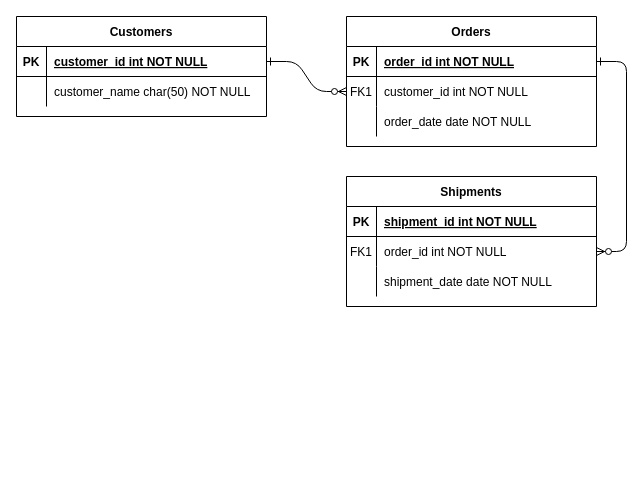
Earlier version of the draw.io diagram myBookMarkForTabelogDB.drawio (xianglishan/test-repository). Source tidied: cells renumbered, new cells numbered last; positions are measured from the earlier drawing's top-left corner, leaving out a move shared by most shapes. Both pictures are drawn from the tidied source at 100%, with x=0, y=0 at pixel (16, 16).
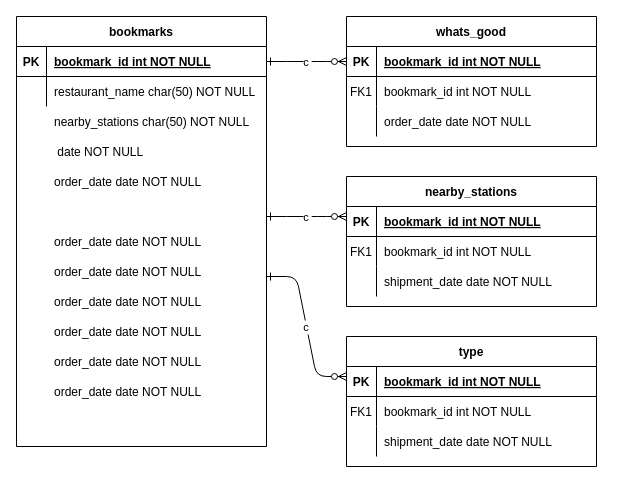
The same page after the edit.

The change refers to these unchanged cells:
```xml
<mxCell id="5" style="shape=partialRectangle;fillColor=none;points=[[0,0.5],[1,0.5]];portConstraint=eastwest;top=0;left=0;right=0;bottom=1;" parent="4" vertex="1">
  <mxGeometry y="30" width="250" height="30" as="geometry" />
</mxCell>
<mxCell id="8" style="shape=partialRectangle;fillColor=none;points=[[0,0.5],[1,0.5]];portConstraint=eastwest;top=0;left=0;right=0;bottom=0;" parent="4" vertex="1">
  <mxGeometry y="60" width="250" height="30" as="geometry" />
</mxCell>
<mxCell id="15" style="shape=partialRectangle;fillColor=none;top=0;left=0;right=0;bottom=1;" parent="14" vertex="1">
  <mxGeometry y="30" width="250" height="30" as="geometry" />
</mxCell>
<mxCell id="18" style="shape=partialRectangle;fillColor=none;points=[[0,0.5],[1,0.5]];portConstraint=eastwest;top=0;left=0;right=0;bottom=0;" parent="14" vertex="1">
  <mxGeometry y="60" width="250" height="30" as="geometry" />
</mxCell>
<mxCell id="25" style="shape=partialRectangle;fillColor=none;points=[[0,0.5],[1,0.5]];portConstraint=eastwest;top=0;left=0;right=0;bottom=1;" parent="24" vertex="1">
  <mxGeometry y="30" width="250" height="30" as="geometry" />
</mxCell>
<mxCell id="28" style="shape=partialRectangle;fillColor=none;top=0;left=0;right=0;bottom=0;" parent="24" vertex="1">
  <mxGeometry y="60" width="250" height="30" as="geometry" />
</mxCell>
```

The edit, as a diff of the source:
```diff
@@
-    <mxCell id="2" style="edgeStyle=entityRelationEdgeStyle;endArrow=ERzeroToMany;startArrow=ERone;endFill=1;startFill=0;" parent="1" edge="1" source="25" target="8">
+    <mxCell id="2" value="c" style="edgeStyle=entityRelationEdgeStyle;endArrow=ERzeroToMany;startArrow=ERone;endFill=1;startFill=0;entryX=0;entryY=0.5;entryDx=0;entryDy=0;" parent="1" edge="1" source="25" target="5">
       <mxGeometry relative="1" as="geometry" />
     </mxCell>
-    <mxCell id="3" style="edgeStyle=entityRelationEdgeStyle;endArrow=ERzeroToMany;startArrow=ERone;endFill=1;startFill=0;" parent="1" edge="1" source="5" target="18">
-      <mxGeometry relative="1" as="geometry" />
-    </mxCell>
-    <mxCell id="4" value="Orders" style="shape=table;startSize=30;childLayout=tableLayout;rowLines=0;fontStyle=1;align=center;" parent="1" vertex="1">
+    <mxCell id="4" value="whats_good" style="shape=table;startSize=30;childLayout=tableLayout;rowLines=0;fontStyle=1;align=center;" parent="1" vertex="1">
       <mxGeometry x="330" width="250" height="130" as="geometry" />
     </mxCell>
@@
-    <mxCell id="7" value="order_id int NOT NULL " style="shape=partialRectangle;overflow=hidden;fillColor=none;top=0;left=0;bottom=0;right=0;align=left;spacingLeft=6;fontStyle=5;" parent="5" vertex="1">
+    <mxCell id="7" value="bookmark_id int NOT NULL" style="shape=partialRectangle;overflow=hidden;fillColor=none;top=0;left=0;bottom=0;right=0;align=left;spacingLeft=6;fontStyle=5;" parent="5" vertex="1">
       <mxGeometry x="30" width="220" height="30" as="geometry" />
     </mxCell>
@@
-    <mxCell id="10" value="customer_id int NOT NULL" style="shape=partialRectangle;overflow=hidden;fillColor=none;top=0;left=0;bottom=0;right=0;align=left;spacingLeft=6;" parent="8" vertex="1">
+    <mxCell id="10" value="bookmark_id int NOT NULL" style="shape=partialRectangle;overflow=hidden;fillColor=none;top=0;left=0;bottom=0;right=0;align=left;spacingLeft=6;" parent="8" vertex="1">
       <mxGeometry x="30" width="220" height="30" as="geometry" />
     </mxCell>
@@
-    <mxCell id="14" value="Shipments" style="shape=table;startSize=30;childLayout=tableLayout;rowLines=0;fontStyle=1;align=center;" parent="1" vertex="1">
+    <mxCell id="14" value="nearby_stations" style="shape=table;startSize=30;childLayout=tableLayout;rowLines=0;fontStyle=1;align=center;" parent="1" vertex="1">
       <mxGeometry x="330" y="160" width="250" height="130" as="geometry" />
     </mxCell>
@@
-    <mxCell id="17" value="shipment_id int NOT NULL " style="shape=partialRectangle;overflow=hidden;fillColor=none;top=0;left=0;bottom=0;right=0;align=left;spacingLeft=6;fontStyle=5;" parent="15" vertex="1">
+    <mxCell id="17" value="bookmark_id int NOT NULL" style="shape=partialRectangle;overflow=hidden;fillColor=none;top=0;left=0;bottom=0;right=0;align=left;spacingLeft=6;fontStyle=5;" parent="15" vertex="1">
       <mxGeometry x="30" width="220" height="30" as="geometry" />
     </mxCell>
@@
-    <mxCell id="20" value="order_id int NOT NULL" style="shape=partialRectangle;overflow=hidden;fillColor=none;top=0;left=0;bottom=0;right=0;align=left;spacingLeft=6;" parent="18" vertex="1">
+    <mxCell id="20" value="bookmark_id int NOT NULL" style="shape=partialRectangle;overflow=hidden;fillColor=none;top=0;left=0;bottom=0;right=0;align=left;spacingLeft=6;" parent="18" vertex="1">
       <mxGeometry x="30" width="220" height="30" as="geometry" />
     </mxCell>
@@
-    <mxCell id="24" value="Customers" style="shape=table;startSize=30;childLayout=tableLayout;rowLines=0;fontStyle=1;align=center;" parent="1" vertex="1">
-      <mxGeometry width="250" height="100" as="geometry" />
+    <mxCell id="24" value="bookmarks" style="shape=table;startSize=30;childLayout=tableLayout;rowLines=0;fontStyle=1;align=center;" parent="1" vertex="1">
+      <mxGeometry width="250" height="430" as="geometry" />
     </mxCell>
@@
-    <mxCell id="27" value="customer_id int NOT NULL " style="shape=partialRectangle;overflow=hidden;fillColor=none;top=0;left=0;bottom=0;right=0;align=left;spacingLeft=6;fontStyle=5;" parent="25" vertex="1">
+    <mxCell id="27" value="bookmark_id int NOT NULL " style="shape=partialRectangle;overflow=hidden;fillColor=none;top=0;left=0;bottom=0;right=0;align=left;spacingLeft=6;fontStyle=5;" parent="25" vertex="1">
       <mxGeometry x="30" width="220" height="30" as="geometry" />
     </mxCell>
@@
-    <mxCell id="30" value="customer_name char(50) NOT NULL" style="shape=partialRectangle;overflow=hidden;fillColor=none;top=0;left=0;bottom=0;right=0;align=left;spacingLeft=6;" parent="28" vertex="1">
+    <mxCell id="30" value="restaurant_name char(50) NOT NULL" style="shape=partialRectangle;overflow=hidden;fillColor=none;top=0;left=0;bottom=0;right=0;align=left;spacingLeft=6;" parent="28" vertex="1">
       <mxGeometry x="30" width="220" height="30" as="geometry" />
     </mxCell>
+    <mxCell id="31" value="nearby_stations char(50) NOT NULL" style="shape=partialRectangle;overflow=hidden;fillColor=none;top=0;left=0;bottom=0;right=0;align=left;spacingLeft=6;" parent="1" vertex="1">
+      <mxGeometry x="30" y="90" width="220" height="30" as="geometry" />
+    </mxCell>
+    <mxCell id="32" value="c" style="edgeStyle=entityRelationEdgeStyle;endArrow=ERzeroToMany;startArrow=ERone;endFill=1;startFill=0;" parent="1" edge="1">
+      <mxGeometry relative="1" as="geometry">
+        <mxPoint x="250" y="200" as="sourcePoint" />
+        <mxPoint x="330" y="200" as="targetPoint" />
+      </mxGeometry>
+    </mxCell>
+    <mxCell id="33" value="type" style="shape=table;startSize=30;childLayout=tableLayout;rowLines=0;fontStyle=1;align=center;" parent="1" vertex="1">
+      <mxGeometry x="330" y="320" width="250" height="130" as="geometry" />
+    </mxCell>
+    <mxCell id="34" style="shape=partialRectangle;fillColor=none;top=0;left=0;right=0;bottom=1;" parent="33" vertex="1">
+      <mxGeometry y="30" width="250" height="30" as="geometry" />
+    </mxCell>
+    <mxCell id="35" value="PK" style="shape=partialRectangle;overflow=hidden;fillColor=none;top=0;left=0;bottom=0;right=0;fontStyle=1;" parent="34" vertex="1">
+      <mxGeometry width="30" height="30" as="geometry" />
+    </mxCell>
+    <mxCell id="36" value="bookmark_id int NOT NULL" style="shape=partialRectangle;overflow=hidden;fillColor=none;top=0;left=0;bottom=0;right=0;align=left;spacingLeft=6;fontStyle=5;" parent="34" vertex="1">
+      <mxGeometry x="30" width="220" height="30" as="geometry" />
+    </mxCell>
+    <mxCell id="37" style="shape=partialRectangle;fillColor=none;top=0;left=0;right=0;bottom=0;" parent="33" vertex="1">
+      <mxGeometry y="60" width="250" height="30" as="geometry" />
+    </mxCell>
+    <mxCell id="38" value="FK1" style="shape=partialRectangle;overflow=hidden;fillColor=none;top=0;left=0;bottom=0;right=0;" parent="37" vertex="1">
+      <mxGeometry width="30" height="30" as="geometry" />
+    </mxCell>
+    <mxCell id="39" value="bookmark_id int NOT NULL" style="shape=partialRectangle;overflow=hidden;fillColor=none;top=0;left=0;bottom=0;right=0;align=left;spacingLeft=6;" parent="37" vertex="1">
+      <mxGeometry x="30" width="220" height="30" as="geometry" />
+    </mxCell>
+    <mxCell id="40" style="shape=partialRectangle;fillColor=none;top=0;left=0;right=0;bottom=0;" parent="33" vertex="1">
+      <mxGeometry y="90" width="250" height="30" as="geometry" />
+    </mxCell>
+    <mxCell id="41" style="shape=partialRectangle;overflow=hidden;fillColor=none;top=0;left=0;bottom=0;right=0;" parent="40" vertex="1">
+      <mxGeometry width="30" height="30" as="geometry" />
+    </mxCell>
+    <mxCell id="42" value="shipment_date date NOT NULL" style="shape=partialRectangle;overflow=hidden;fillColor=none;top=0;left=0;bottom=0;right=0;align=left;spacingLeft=6;" parent="40" vertex="1">
+      <mxGeometry x="30" width="220" height="30" as="geometry" />
+    </mxCell>
+    <mxCell id="43" value="c" style="edgeStyle=entityRelationEdgeStyle;endArrow=ERzeroToMany;startArrow=ERone;endFill=1;startFill=0;" parent="1" edge="1">
+      <mxGeometry relative="1" as="geometry">
+        <mxPoint x="250" y="260" as="sourcePoint" />
+        <mxPoint x="330" y="360" as="targetPoint" />
+      </mxGeometry>
+    </mxCell>
+    <mxCell id="44" value="order_date date NOT NULL" style="shape=partialRectangle;overflow=hidden;fillColor=none;top=0;left=0;bottom=0;right=0;align=left;spacingLeft=6;" parent="1" vertex="1">
+      <mxGeometry x="30" y="150" width="220" height="30" as="geometry" />
+    </mxCell>
+    <mxCell id="45" value=" date NOT NULL" style="shape=partialRectangle;overflow=hidden;fillColor=none;top=0;left=0;bottom=0;right=0;align=left;spacingLeft=6;" parent="1" vertex="1">
+      <mxGeometry x="30" y="120" width="220" height="30" as="geometry" />
+    </mxCell>
+    <mxCell id="46" value="order_date date NOT NULL" style="shape=partialRectangle;overflow=hidden;fillColor=none;top=0;left=0;bottom=0;right=0;align=left;spacingLeft=6;" parent="1" vertex="1">
+      <mxGeometry x="30" y="210" width="220" height="30" as="geometry" />
+    </mxCell>
+    <mxCell id="47" value="order_date date NOT NULL" style="shape=partialRectangle;overflow=hidden;fillColor=none;top=0;left=0;bottom=0;right=0;align=left;spacingLeft=6;" parent="1" vertex="1">
+      <mxGeometry x="30" y="240" width="220" height="30" as="geometry" />
+    </mxCell>
+    <mxCell id="48" value="order_date date NOT NULL" style="shape=partialRectangle;overflow=hidden;fillColor=none;top=0;left=0;bottom=0;right=0;align=left;spacingLeft=6;" parent="1" vertex="1">
+      <mxGeometry x="30" y="270" width="220" height="30" as="geometry" />
+    </mxCell>
+    <mxCell id="49" value="order_date date NOT NULL" style="shape=partialRectangle;overflow=hidden;fillColor=none;top=0;left=0;bottom=0;right=0;align=left;spacingLeft=6;" parent="1" vertex="1">
+      <mxGeometry x="30" y="300" width="220" height="30" as="geometry" />
+    </mxCell>
+    <mxCell id="50" value="order_date date NOT NULL" style="shape=partialRectangle;overflow=hidden;fillColor=none;top=0;left=0;bottom=0;right=0;align=left;spacingLeft=6;" parent="1" vertex="1">
+      <mxGeometry x="30" y="330" width="220" height="30" as="geometry" />
+    </mxCell>
+    <mxCell id="51" value="order_date date NOT NULL" style="shape=partialRectangle;overflow=hidden;fillColor=none;top=0;left=0;bottom=0;right=0;align=left;spacingLeft=6;" parent="1" vertex="1">
+      <mxGeometry x="30" y="360" width="220" height="30" as="geometry" />
+    </mxCell>
```
